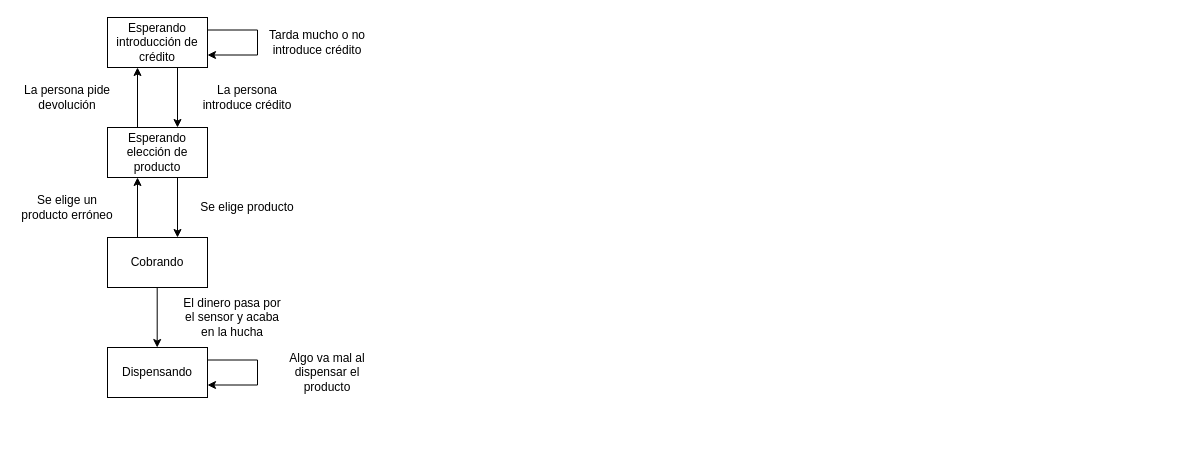
Earlier version of the draw.io diagram Ejercicios_ED.drawio (Lioteronn/erp-diagrams). Source tidied: cells renumbered, new cells numbered last; positions are measured from the earlier drawing's top-left corner, leaving out a move shared by most shapes. Both pictures are drawn from the tidied source at 100%, with x=0, y=0 at pixel (17, 17).
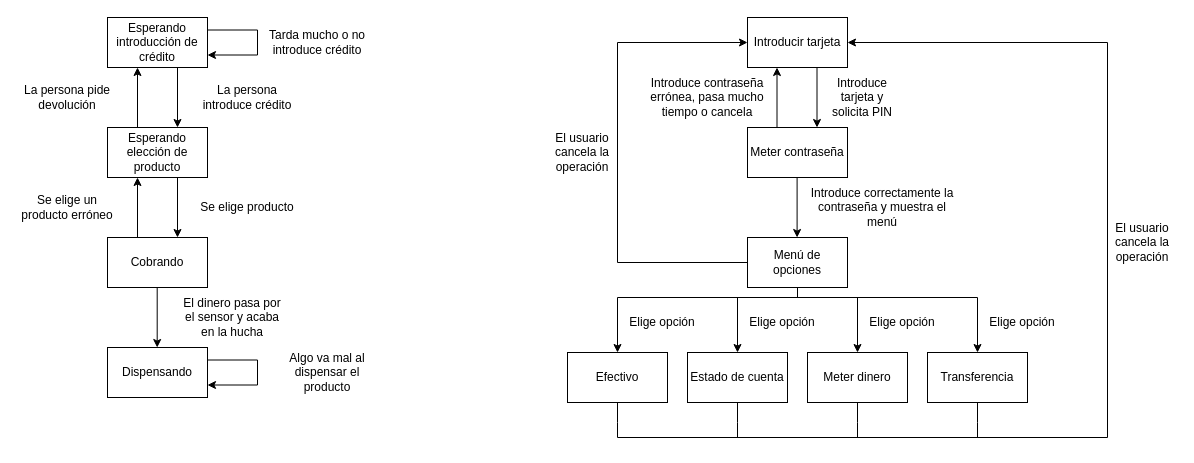
The same page after the edit.

Diff of the diagram source:
```diff
@@
+    <mxCell id="20" style="edgeStyle=orthogonalEdgeStyle;rounded=0;jettySize=auto;html=1;exitX=1;exitY=0.5;exitDx=0;exitDy=0;endArrow=none;endFill=0;startArrow=classic;startFill=1;" parent="1" edge="1" source="21">
+      <mxGeometry relative="1" as="geometry">
+        <mxPoint x="600" y="420" as="targetPoint" />
+        <Array as="points">
+          <mxPoint x="1090" y="25" />
+          <mxPoint x="1090" y="420" />
+        </Array>
+      </mxGeometry>
+    </mxCell>
+    <mxCell id="21" value="Introducir tarjeta" style="rounded=0;whiteSpace=wrap;html=1;" parent="1" vertex="1">
+      <mxGeometry x="730" width="100" height="50" as="geometry" />
+    </mxCell>
+    <mxCell id="22" value="Meter contraseña" style="rounded=0;whiteSpace=wrap;html=1;" parent="1" vertex="1">
+      <mxGeometry x="730" y="110" width="100" height="50" as="geometry" />
+    </mxCell>
+    <mxCell id="23" style="edgeStyle=orthogonalEdgeStyle;rounded=0;jettySize=auto;html=1;entryX=0;entryY=0.5;entryDx=0;entryDy=0;" parent="1" edge="1" source="25" target="21">
+      <mxGeometry relative="1" as="geometry">
+        <Array as="points">
+          <mxPoint x="600" y="245" />
+          <mxPoint x="600" y="25" />
+        </Array>
+      </mxGeometry>
+    </mxCell>
+    <mxCell id="24" style="edgeStyle=orthogonalEdgeStyle;rounded=0;jettySize=auto;html=1;entryX=0.5;entryY=0;entryDx=0;entryDy=0;" parent="1" edge="1" source="25" target="27">
+      <mxGeometry relative="1" as="geometry">
+        <Array as="points">
+          <mxPoint x="780" y="280" />
+          <mxPoint x="600" y="280" />
+        </Array>
+      </mxGeometry>
+    </mxCell>
+    <mxCell id="25" value="Menú de opciones" style="rounded=0;whiteSpace=wrap;html=1;" parent="1" vertex="1">
+      <mxGeometry x="730" y="220" width="100" height="50" as="geometry" />
+    </mxCell>
+    <mxCell id="26" style="edgeStyle=orthogonalEdgeStyle;rounded=0;jettySize=auto;html=1;endArrow=none;endFill=0;" parent="1" edge="1" source="27">
+      <mxGeometry relative="1" as="geometry">
+        <mxPoint x="600" y="420" as="targetPoint" />
+      </mxGeometry>
+    </mxCell>
+    <mxCell id="27" value="Efectivo" style="rounded=0;whiteSpace=wrap;html=1;" parent="1" vertex="1">
+      <mxGeometry x="550" y="335" width="100" height="50" as="geometry" />
+    </mxCell>
+    <mxCell id="28" style="edgeStyle=orthogonalEdgeStyle;rounded=0;jettySize=auto;html=1;endArrow=none;endFill=0;" parent="1" edge="1" source="29">
+      <mxGeometry relative="1" as="geometry">
+        <mxPoint x="720" y="420" as="targetPoint" />
+      </mxGeometry>
+    </mxCell>
+    <mxCell id="29" value="Estado de cuenta" style="rounded=0;whiteSpace=wrap;html=1;" parent="1" vertex="1">
+      <mxGeometry x="670" y="335" width="100" height="50" as="geometry" />
+    </mxCell>
+    <mxCell id="30" style="edgeStyle=orthogonalEdgeStyle;rounded=0;jettySize=auto;html=1;endArrow=none;endFill=0;" parent="1" edge="1" source="31">
+      <mxGeometry relative="1" as="geometry">
+        <mxPoint x="840" y="420" as="targetPoint" />
+      </mxGeometry>
+    </mxCell>
+    <mxCell id="31" value="Meter dinero" style="rounded=0;whiteSpace=wrap;html=1;" parent="1" vertex="1">
+      <mxGeometry x="790" y="335" width="100" height="50" as="geometry" />
+    </mxCell>
+    <mxCell id="32" style="edgeStyle=orthogonalEdgeStyle;rounded=0;jettySize=auto;html=1;endArrow=none;endFill=0;" parent="1" edge="1" source="33">
+      <mxGeometry relative="1" as="geometry">
+        <mxPoint x="960" y="420" as="targetPoint" />
+      </mxGeometry>
+    </mxCell>
+    <mxCell id="33" value="Transferencia" style="rounded=0;whiteSpace=wrap;html=1;" parent="1" vertex="1">
+      <mxGeometry x="910" y="335" width="100" height="50" as="geometry" />
+    </mxCell>
+    <mxCell id="34" style="endArrow=classic;html=1;rounded=0;exitX=0.75;exitY=1;exitDx=0;exitDy=0;entryX=0.75;entryY=0;entryDx=0;entryDy=0;" parent="1" edge="1">
+      <mxGeometry relative="1" as="geometry">
+        <mxPoint x="799.5" y="50" as="sourcePoint" />
+        <mxPoint x="799.5" y="110" as="targetPoint" />
+      </mxGeometry>
+    </mxCell>
+    <mxCell id="35" style="endArrow=classic;html=1;rounded=0;exitX=0.75;exitY=1;exitDx=0;exitDy=0;entryX=0.75;entryY=0;entryDx=0;entryDy=0;" parent="1" edge="1">
+      <mxGeometry relative="1" as="geometry">
+        <mxPoint x="779.6" y="160" as="sourcePoint" />
+        <mxPoint x="779.6" y="220" as="targetPoint" />
+      </mxGeometry>
+    </mxCell>
+    <mxCell id="36" style="endArrow=classic;html=1;rounded=0;exitX=0.25;exitY=0;exitDx=0;exitDy=0;entryX=0.25;entryY=1;entryDx=0;entryDy=0;" parent="1" edge="1">
+      <mxGeometry relative="1" as="geometry">
+        <mxPoint x="759.5" y="110" as="sourcePoint" />
+        <mxPoint x="759.5" y="50" as="targetPoint" />
+      </mxGeometry>
+    </mxCell>
+    <mxCell id="37" value="Introduce contraseña errónea, pasa mucho tiempo o cancela" style="text;html=1;strokeColor=none;fillColor=none;align=center;verticalAlign=middle;whiteSpace=wrap;rounded=0;" parent="1" vertex="1">
+      <mxGeometry x="630" y="65" width="120" height="30" as="geometry" />
+    </mxCell>
+    <mxCell id="38" value="Introduce tarjeta y solicita PIN" style="text;html=1;strokeColor=none;fillColor=none;align=center;verticalAlign=middle;whiteSpace=wrap;rounded=0;" parent="1" vertex="1">
+      <mxGeometry x="810" y="65" width="70" height="30" as="geometry" />
+    </mxCell>
+    <mxCell id="39" value="Introduce correctamente la contraseña y muestra el menú" style="text;html=1;strokeColor=none;fillColor=none;align=center;verticalAlign=middle;whiteSpace=wrap;rounded=0;" parent="1" vertex="1">
+      <mxGeometry x="790" y="175" width="150" height="30" as="geometry" />
+    </mxCell>
+    <mxCell id="40" value="El usuario cancela la operación" style="text;html=1;strokeColor=none;fillColor=none;align=center;verticalAlign=middle;whiteSpace=wrap;rounded=0;" parent="1" vertex="1">
+      <mxGeometry x="530" y="120" width="70" height="30" as="geometry" />
+    </mxCell>
+    <mxCell id="41" style="edgeStyle=orthogonalEdgeStyle;rounded=0;jettySize=auto;html=1;entryX=0.5;entryY=0;entryDx=0;entryDy=0;exitX=0.5;exitY=1;exitDx=0;exitDy=0;" parent="1" edge="1" source="25" target="29">
+      <mxGeometry relative="1" as="geometry">
+        <Array as="points">
+          <mxPoint x="780" y="280" />
+          <mxPoint x="720" y="280" />
+        </Array>
+      </mxGeometry>
+    </mxCell>
+    <mxCell id="42" style="edgeStyle=orthogonalEdgeStyle;rounded=0;orthogonalLoop=1;jettySize=auto;html=1;entryX=0.5;entryY=0;entryDx=0;entryDy=0;shadow=0;" parent="1" edge="1">
+      <mxGeometry relative="1" as="geometry">
+        <mxPoint x="780" y="270" as="sourcePoint" />
+        <mxPoint x="960" y="335" as="targetPoint" />
+        <Array as="points">
+          <mxPoint x="780" y="280" />
+          <mxPoint x="960" y="280" />
+        </Array>
+      </mxGeometry>
+    </mxCell>
+    <mxCell id="43" style="edgeStyle=orthogonalEdgeStyle;rounded=0;orthogonalLoop=1;jettySize=auto;html=1;entryX=0.5;entryY=0;entryDx=0;entryDy=0;exitX=0.5;exitY=1;exitDx=0;exitDy=0;shadow=0;" parent="1" edge="1">
+      <mxGeometry relative="1" as="geometry">
+        <mxPoint x="780" y="270" as="sourcePoint" />
+        <mxPoint x="840" y="335" as="targetPoint" />
+        <Array as="points">
+          <mxPoint x="780" y="280" />
+          <mxPoint x="840" y="280" />
+        </Array>
+      </mxGeometry>
+    </mxCell>
+    <mxCell id="44" value="Elige opción" style="text;html=1;strokeColor=none;fillColor=none;align=center;verticalAlign=middle;whiteSpace=wrap;rounded=0;" parent="1" vertex="1">
+      <mxGeometry x="570" y="290" width="150" height="30" as="geometry" />
+    </mxCell>
+    <mxCell id="45" value="Elige opción" style="text;html=1;strokeColor=none;fillColor=none;align=center;verticalAlign=middle;whiteSpace=wrap;rounded=0;" parent="1" vertex="1">
+      <mxGeometry x="690" y="290" width="150" height="30" as="geometry" />
+    </mxCell>
+    <mxCell id="46" value="Elige opción" style="text;html=1;strokeColor=none;fillColor=none;align=center;verticalAlign=middle;whiteSpace=wrap;rounded=0;" parent="1" vertex="1">
+      <mxGeometry x="810" y="290" width="150" height="30" as="geometry" />
+    </mxCell>
+    <mxCell id="47" value="Elige opción" style="text;html=1;strokeColor=none;fillColor=none;align=center;verticalAlign=middle;whiteSpace=wrap;rounded=0;" parent="1" vertex="1">
+      <mxGeometry x="930" y="290" width="150" height="30" as="geometry" />
+    </mxCell>
+    <mxCell id="48" value="El usuario cancela la operación" style="text;html=1;strokeColor=none;fillColor=none;align=center;verticalAlign=middle;whiteSpace=wrap;rounded=0;" parent="1" vertex="1">
+      <mxGeometry x="1090" y="210" width="70" height="30" as="geometry" />
+    </mxCell>
```
